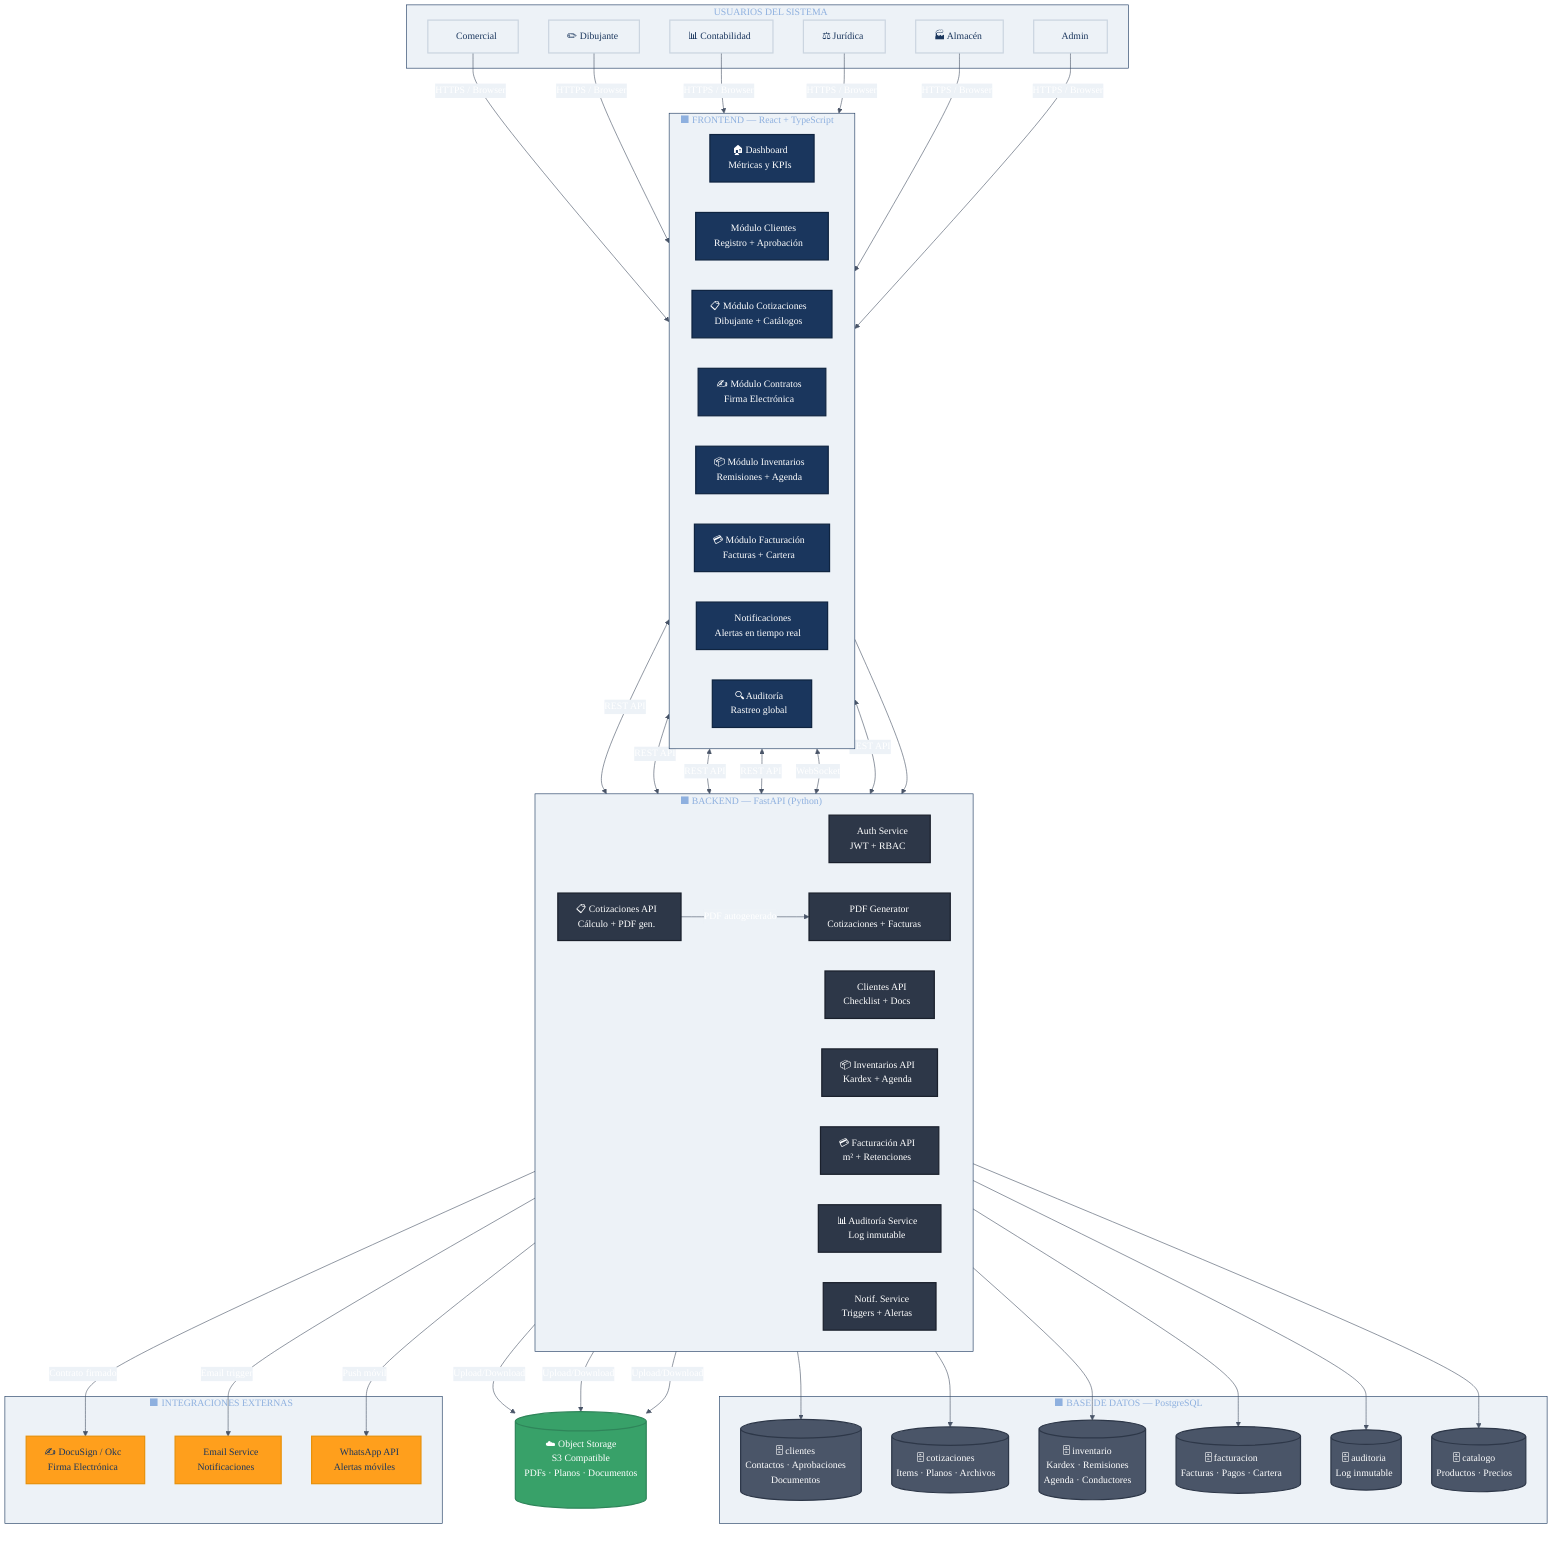
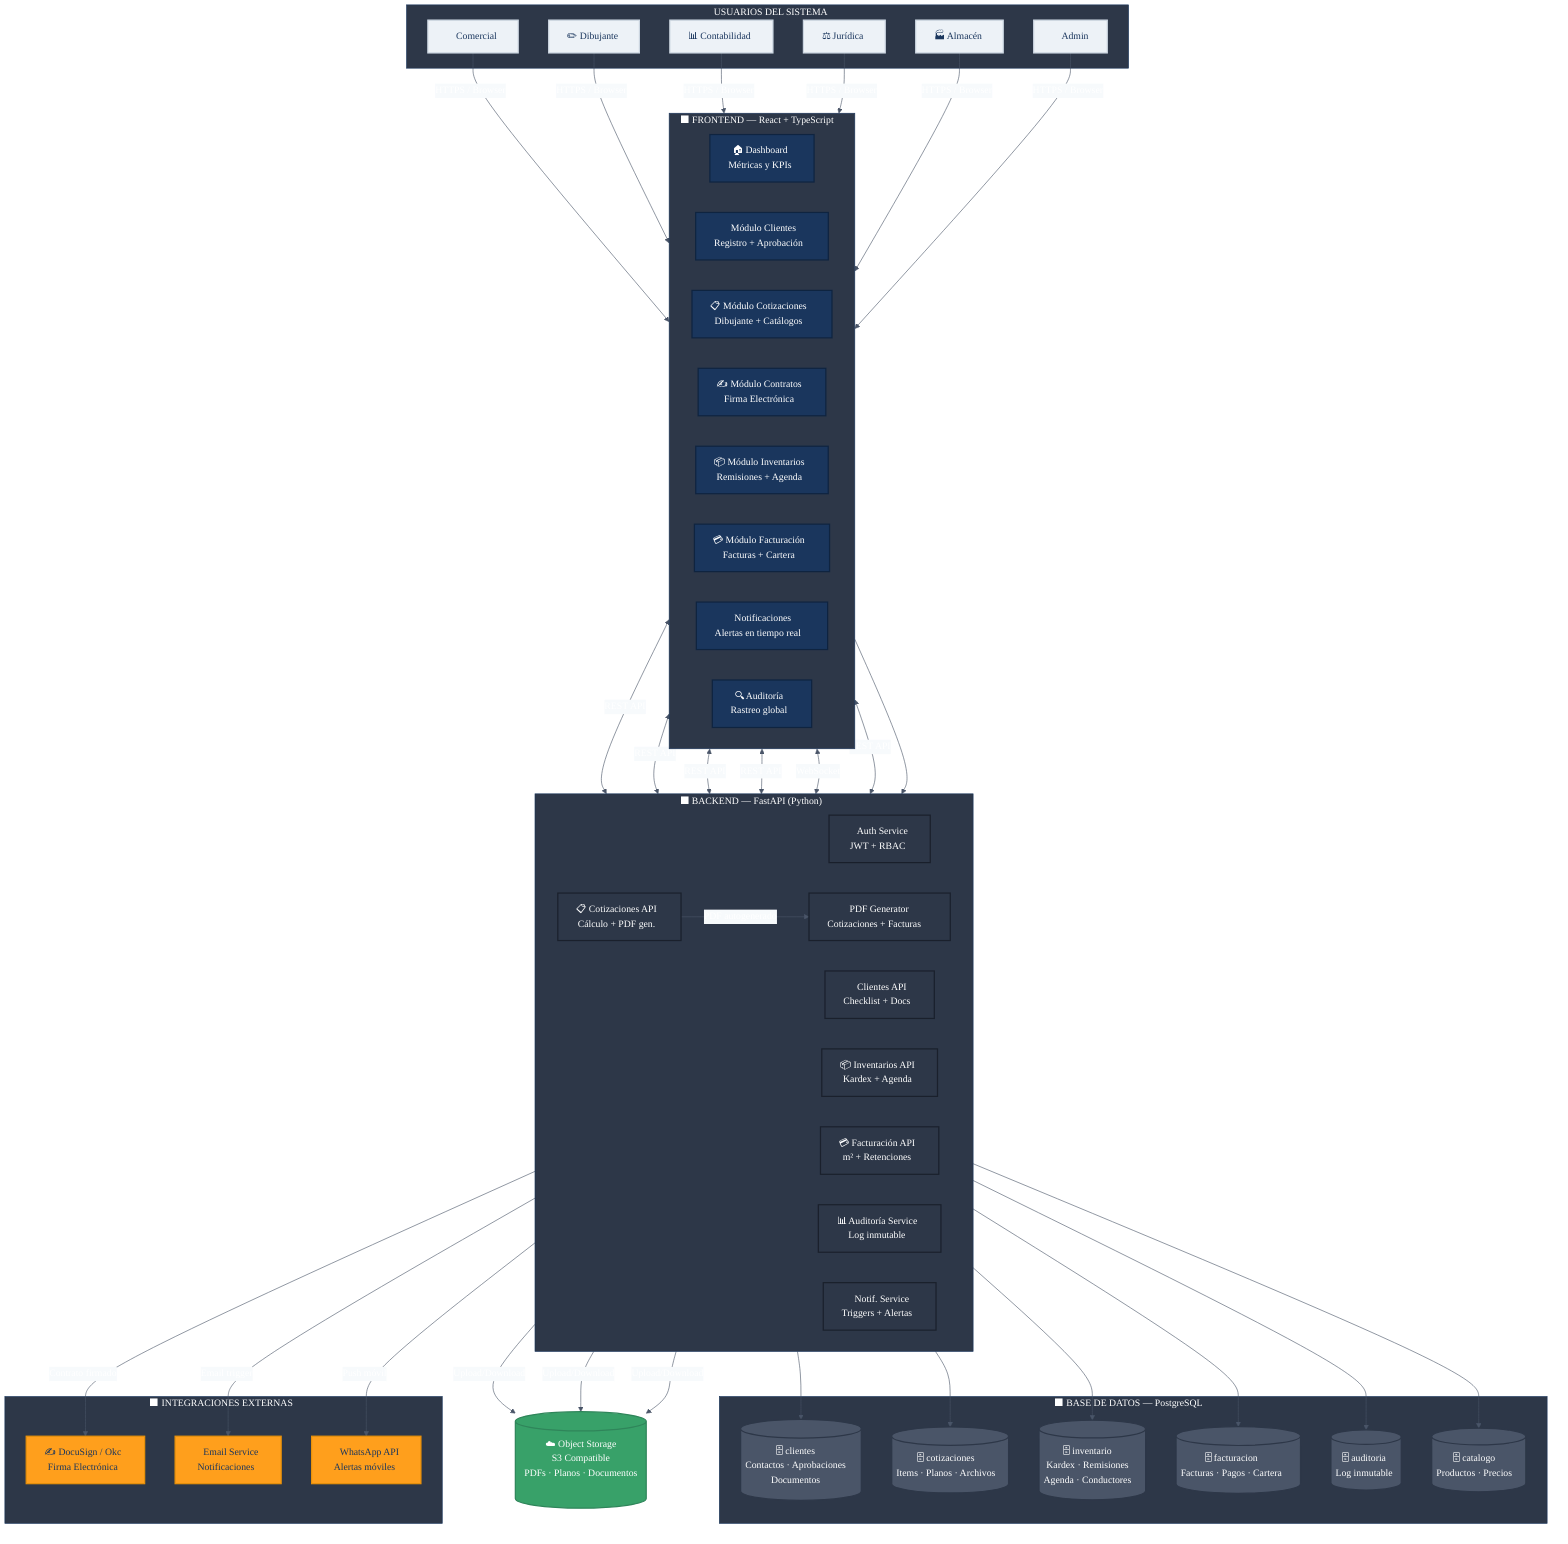
%%{init: {
  'theme': 'base',
  'themeVariables': {
    'primaryColor': '#1A365D',
    'primaryTextColor': '#FFFFFF',
    'primaryBorderColor': '#1A365D',
    'lineColor': '#4A5568',
    'secondaryColor': '#EDF2F7',
-     'clusterBkg': '#EDF2F7',
+     'clusterBkg': '#2D3748',
    'clusterBorder': '#1A365D',
+     'titleColor': '#FFFFFF',
+     'edgeLabelBackground': '#F7FAFC',
    'fontFamily': 'Montserrat, sans-serif'
  }
}}%%

graph TB
    classDef frontend    fill:#1A365D,color:#FFFFFF,stroke:#0F2440,stroke-width:2px
    classDef backend     fill:#2D3748,color:#FFFFFF,stroke:#1A202C,stroke-width:2px
    classDef database    fill:#4A5568,color:#FFFFFF,stroke:#2D3748,stroke-width:2px
    classDef external    fill:#FF9F1C,color:#1A365D,stroke:#E8910A,stroke-width:2px
    classDef infra       fill:#38A169,color:#FFFFFF,stroke:#2F855A,stroke-width:2px
    classDef user        fill:#EDF2F7,color:#1A365D,stroke:#CBD5E0,stroke-width:2px

    %% ── USUARIOS
    subgraph USERS["👤  USUARIOS DEL SISTEMA"]
        U1["💼 Comercial"]:::user
        U2["✏️ Dibujante"]:::user
        U3["📊 Contabilidad"]:::user
        U4["⚖️ Jurídica"]:::user
        U5["🏭 Almacén"]:::user
        U6["🔧 Admin"]:::user
    end

    %% ── FRONTEND
    subgraph FE["⬛  FRONTEND — React + TypeScript"]
        direction LR
        FE1["🏠 Dashboard\nMétricas y KPIs"]:::frontend
        FE2["👥 Módulo Clientes\nRegistro + Aprobación"]:::frontend
        FE3["📋 Módulo Cotizaciones\nDibujante + Catálogos"]:::frontend
        FE4["✍️ Módulo Contratos\nFirma Electrónica"]:::frontend
        FE5["📦 Módulo Inventarios\nRemisiones + Agenda"]:::frontend
        FE6["💳 Módulo Facturación\nFacturas + Cartera"]:::frontend
        FE7["🔔 Notificaciones\nAlertas en tiempo real"]:::frontend
        FE8["🔍 Auditoría\nRastreo global"]:::frontend
    end

    %% ── BACKEND
    subgraph BE["⬛  BACKEND — FastAPI (Python)"]
        direction LR
        BE1["🔐 Auth Service\nJWT + RBAC"]:::backend
        BE2["👥 Clientes API\nChecklist + Docs"]:::backend
        BE3["📋 Cotizaciones API\nCálculo + PDF gen."]:::backend
        BE4["📦 Inventarios API\nKardex + Agenda"]:::backend
        BE5["💳 Facturación API\nm² + Retenciones"]:::backend
        BE6["📊 Auditoría Service\nLog inmutable"]:::backend
        BE7["🔔 Notif. Service\nTriggers + Alertas"]:::backend
        BE8["📄 PDF Generator\nCotizaciones + Facturas"]:::backend
    end

    %% ── BASE DE DATOS
    subgraph DB["⬛  BASE DE DATOS — PostgreSQL"]
        DB1[("🗄️ clientes\nContactos · Aprobaciones\nDocumentos")]:::database
        DB2[("🗄️ cotizaciones\nItems · Planos · Archivos")]:::database
        DB3[("🗄️ inventario\nKardex · Remisiones\nAgenda · Conductores")]:::database
        DB4[("🗄️ facturacion\nFacturas · Pagos · Cartera")]:::database
        DB5[("🗄️ auditoria\nLog inmutable")]:::database
        DB6[("🗄️ catalogo\nProductos · Precios")]:::database
    end

    %% ── ALMACENAMIENTO
    STORAGE[("☁️ Object Storage\nS3 Compatible\nPDFs · Planos · Documentos")]:::infra

    %% ── INTEGRACIONES EXTERNAS
    subgraph EXT["⬛  INTEGRACIONES EXTERNAS"]
        EXT1["✍️ DocuSign / Okc\nFirma Electrónica"]:::external
        EXT2["📧 Email Service\nNotificaciones"]:::external
        EXT3["📱 WhatsApp API\nAlertas móviles"]:::external
    end

    %% ── CONEXIONES USUARIO → FRONTEND
    U1 & U2 & U3 & U4 & U5 & U6 -->|"HTTPS / Browser"| FE1

    %% ── CONEXIONES FRONTEND ↔ BACKEND
    FE --> BE1
    FE2 <-->|"REST API"| BE2
    FE3 <-->|"REST API"| BE3
    FE5 <-->|"REST API"| BE4
    FE6 <-->|"REST API"| BE5
    FE7 <-->|"WebSocket"| BE7
    FE8 <-->|"REST API"| BE6

    %% ── CONEXIONES BACKEND ↔ DB
    BE2 --> DB1
    BE3 --> DB2
    BE4 --> DB3
    BE5 --> DB4
    BE6 --> DB5
    BE3 --> DB6

    %% ── ARCHIVOS
    BE3 & BE5 & BE2 -->|"Upload/Download"| STORAGE

    %% ── INTEGRACIONES
    BE3 -->|"PDF autogenerado"| BE8
    BE4 -->|"Contrato firmado"| EXT1
    BE7 -->|"Email trigger"| EXT2
    BE7 -->|"Push móvil"| EXT3
